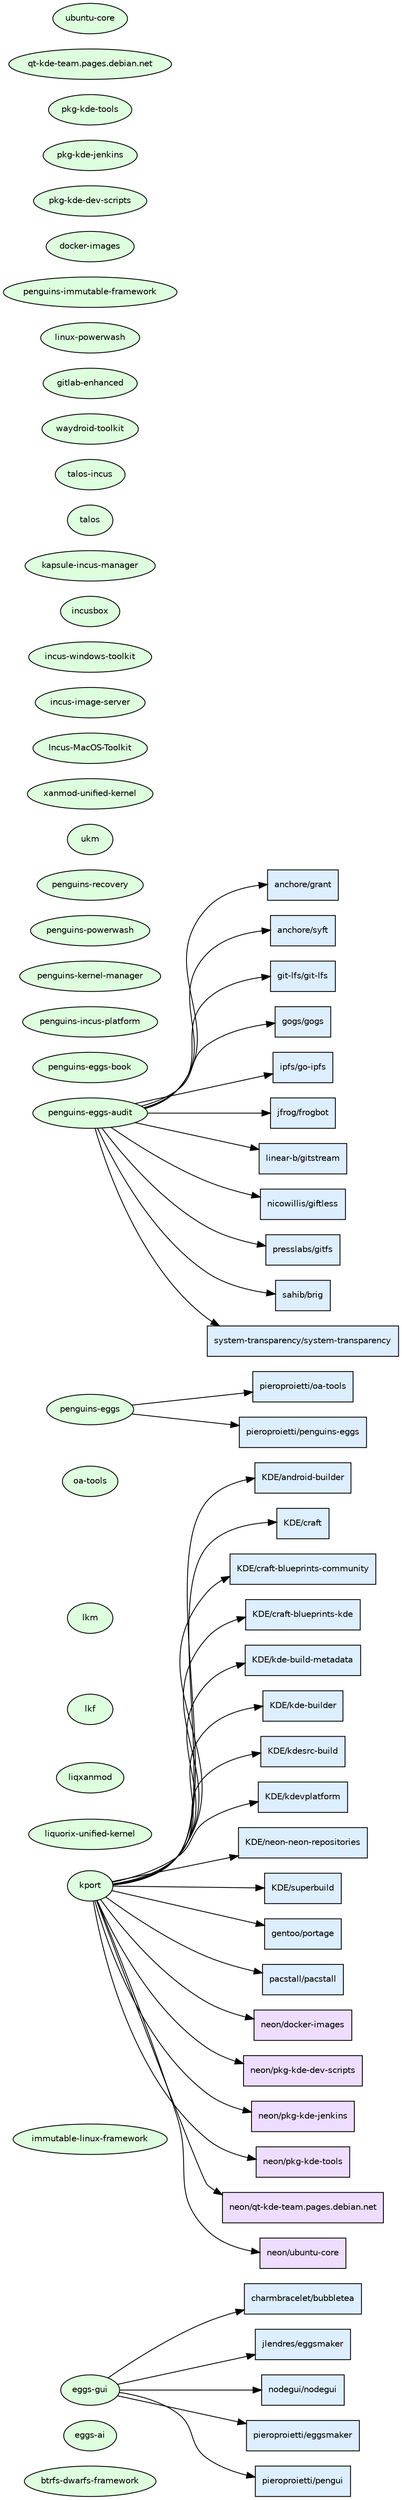
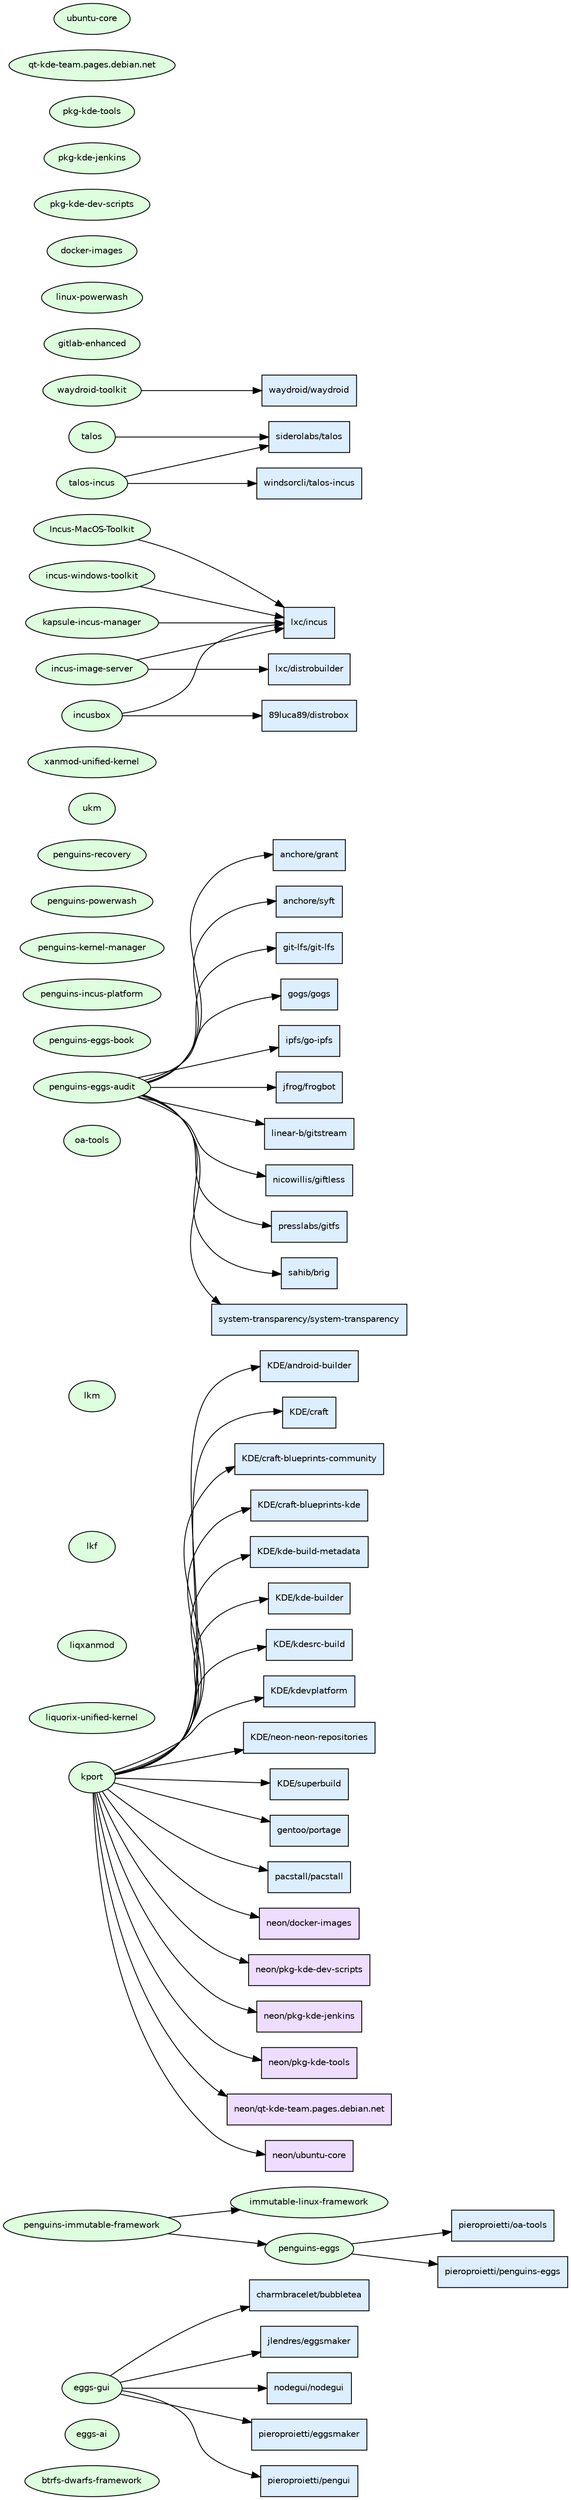
digraph osp_origins {
  rankdir=LR;
  node [fontname="Helvetica", fontsize=10];
  edge [fontsize=8];

  // OSP-bound repos (source nodes)
  "btrfs-dwarfs-framework" [shape=ellipse, style=filled, fillcolor="#ddffdd"];
  "eggs-ai" [shape=ellipse, style=filled, fillcolor="#ddffdd"];
  "eggs-gui" [shape=ellipse, style=filled, fillcolor="#ddffdd"];
  "immutable-linux-framework" [shape=ellipse, style=filled, fillcolor="#ddffdd"];
  "kport" [shape=ellipse, style=filled, fillcolor="#ddffdd"];
  "liquorix-unified-kernel" [shape=ellipse, style=filled, fillcolor="#ddffdd"];
  "liqxanmod" [shape=ellipse, style=filled, fillcolor="#ddffdd"];
  "lkf" [shape=ellipse, style=filled, fillcolor="#ddffdd"];
  "lkm" [shape=ellipse, style=filled, fillcolor="#ddffdd"];
  "oa-tools" [shape=ellipse, style=filled, fillcolor="#ddffdd"];
  "penguins-eggs" [shape=ellipse, style=filled, fillcolor="#ddffdd"];
  "penguins-eggs-audit" [shape=ellipse, style=filled, fillcolor="#ddffdd"];
  "penguins-eggs-book" [shape=ellipse, style=filled, fillcolor="#ddffdd"];
  "penguins-incus-platform" [shape=ellipse, style=filled, fillcolor="#ddffdd"];
  "penguins-kernel-manager" [shape=ellipse, style=filled, fillcolor="#ddffdd"];
  "penguins-powerwash" [shape=ellipse, style=filled, fillcolor="#ddffdd"];
  "penguins-recovery" [shape=ellipse, style=filled, fillcolor="#ddffdd"];
  "ukm" [shape=ellipse, style=filled, fillcolor="#ddffdd"];
  "xanmod-unified-kernel" [shape=ellipse, style=filled, fillcolor="#ddffdd"];
  "Incus-MacOS-Toolkit" [shape=ellipse, style=filled, fillcolor="#ddffdd"];
  "incus-image-server" [shape=ellipse, style=filled, fillcolor="#ddffdd"];
  "incus-windows-toolkit" [shape=ellipse, style=filled, fillcolor="#ddffdd"];
  "incusbox" [shape=ellipse, style=filled, fillcolor="#ddffdd"];
  "kapsule-incus-manager" [shape=ellipse, style=filled, fillcolor="#ddffdd"];
  "talos" [shape=ellipse, style=filled, fillcolor="#ddffdd"];
  "talos-incus" [shape=ellipse, style=filled, fillcolor="#ddffdd"];
  "waydroid-toolkit" [shape=ellipse, style=filled, fillcolor="#ddffdd"];
  "gitlab-enhanced" [shape=ellipse, style=filled, fillcolor="#ddffdd"];
  "linux-powerwash" [shape=ellipse, style=filled, fillcolor="#ddffdd"];
  "penguins-immutable-framework" [shape=ellipse, style=filled, fillcolor="#ddffdd"];
  "docker-images" [shape=ellipse, style=filled, fillcolor="#ddffdd"];
  "pkg-kde-dev-scripts" [shape=ellipse, style=filled, fillcolor="#ddffdd"];
  "pkg-kde-jenkins" [shape=ellipse, style=filled, fillcolor="#ddffdd"];
  "pkg-kde-tools" [shape=ellipse, style=filled, fillcolor="#ddffdd"];
  "qt-kde-team.pages.debian.net" [shape=ellipse, style=filled, fillcolor="#ddffdd"];
  "ubuntu-core" [shape=ellipse, style=filled, fillcolor="#ddffdd"];

  // Edges and external nodes
  "charmbracelet__bubbletea" [label="charmbracelet/bubbletea", shape=box, style=filled, fillcolor="#ddeeff"];
  "eggs-gui" -> "charmbracelet__bubbletea";
  "jlendres__eggsmaker" [label="jlendres/eggsmaker", shape=box, style=filled, fillcolor="#ddeeff"];
  "eggs-gui" -> "jlendres__eggsmaker";
  "nodegui__nodegui" [label="nodegui/nodegui", shape=box, style=filled, fillcolor="#ddeeff"];
  "eggs-gui" -> "nodegui__nodegui";
  "pieroproietti__eggsmaker" [label="pieroproietti/eggsmaker", shape=box, style=filled, fillcolor="#ddeeff"];
  "eggs-gui" -> "pieroproietti__eggsmaker";
  "pieroproietti__pengui" [label="pieroproietti/pengui", shape=box, style=filled, fillcolor="#ddeeff"];
  "eggs-gui" -> "pieroproietti__pengui";
  "KDE__android-builder" [label="KDE/android-builder", shape=box, style=filled, fillcolor="#ddeeff"];
  "kport" -> "KDE__android-builder";
  "KDE__craft" [label="KDE/craft", shape=box, style=filled, fillcolor="#ddeeff"];
  "kport" -> "KDE__craft";
  "KDE__craft-blueprints-community" [label="KDE/craft-blueprints-community", shape=box, style=filled, fillcolor="#ddeeff"];
  "kport" -> "KDE__craft-blueprints-community";
  "KDE__craft-blueprints-kde" [label="KDE/craft-blueprints-kde", shape=box, style=filled, fillcolor="#ddeeff"];
  "kport" -> "KDE__craft-blueprints-kde";
  "KDE__kde-build-metadata" [label="KDE/kde-build-metadata", shape=box, style=filled, fillcolor="#ddeeff"];
  "kport" -> "KDE__kde-build-metadata";
  "KDE__kde-builder" [label="KDE/kde-builder", shape=box, style=filled, fillcolor="#ddeeff"];
  "kport" -> "KDE__kde-builder";
  "KDE__kdesrc-build" [label="KDE/kdesrc-build", shape=box, style=filled, fillcolor="#ddeeff"];
  "kport" -> "KDE__kdesrc-build";
  "KDE__kdevplatform" [label="KDE/kdevplatform", shape=box, style=filled, fillcolor="#ddeeff"];
  "kport" -> "KDE__kdevplatform";
  "KDE__neon-neon-repositories" [label="KDE/neon-neon-repositories", shape=box, style=filled, fillcolor="#ddeeff"];
  "kport" -> "KDE__neon-neon-repositories";
  "KDE__superbuild" [label="KDE/superbuild", shape=box, style=filled, fillcolor="#ddeeff"];
  "kport" -> "KDE__superbuild";
  "gentoo__portage" [label="gentoo/portage", shape=box, style=filled, fillcolor="#ddeeff"];
  "kport" -> "gentoo__portage";
  "pacstall__pacstall" [label="pacstall/pacstall", shape=box, style=filled, fillcolor="#ddeeff"];
  "kport" -> "pacstall__pacstall";
  "neon__docker-images" [label="neon/docker-images", shape=box, style=filled, fillcolor="#eeddff"];
  "kport" -> "neon__docker-images";
  "neon__pkg-kde-dev-scripts" [label="neon/pkg-kde-dev-scripts", shape=box, style=filled, fillcolor="#eeddff"];
  "kport" -> "neon__pkg-kde-dev-scripts";
  "neon__pkg-kde-jenkins" [label="neon/pkg-kde-jenkins", shape=box, style=filled, fillcolor="#eeddff"];
  "kport" -> "neon__pkg-kde-jenkins";
  "neon__pkg-kde-tools" [label="neon/pkg-kde-tools", shape=box, style=filled, fillcolor="#eeddff"];
  "kport" -> "neon__pkg-kde-tools";
  "neon__qt-kde-team.pages.debian.net" [label="neon/qt-kde-team.pages.debian.net", shape=box, style=filled, fillcolor="#eeddff"];
  "kport" -> "neon__qt-kde-team.pages.debian.net";
  "neon__ubuntu-core" [label="neon/ubuntu-core", shape=box, style=filled, fillcolor="#eeddff"];
  "kport" -> "neon__ubuntu-core";
  "pieroproietti__oa-tools" [label="pieroproietti/oa-tools", shape=box, style=filled, fillcolor="#ddeeff"];
  "penguins-eggs" -> "pieroproietti__oa-tools";
  "pieroproietti__penguins-eggs" [label="pieroproietti/penguins-eggs", shape=box, style=filled, fillcolor="#ddeeff"];
  "penguins-eggs" -> "pieroproietti__penguins-eggs";
  "anchore__grant" [label="anchore/grant", shape=box, style=filled, fillcolor="#ddeeff"];
  "penguins-eggs-audit" -> "anchore__grant";
  "anchore__syft" [label="anchore/syft", shape=box, style=filled, fillcolor="#ddeeff"];
  "penguins-eggs-audit" -> "anchore__syft";
  "git-lfs__git-lfs" [label="git-lfs/git-lfs", shape=box, style=filled, fillcolor="#ddeeff"];
  "penguins-eggs-audit" -> "git-lfs__git-lfs";
  "gogs__gogs" [label="gogs/gogs", shape=box, style=filled, fillcolor="#ddeeff"];
  "penguins-eggs-audit" -> "gogs__gogs";
  "ipfs__go-ipfs" [label="ipfs/go-ipfs", shape=box, style=filled, fillcolor="#ddeeff"];
  "penguins-eggs-audit" -> "ipfs__go-ipfs";
  "jfrog__frogbot" [label="jfrog/frogbot", shape=box, style=filled, fillcolor="#ddeeff"];
  "penguins-eggs-audit" -> "jfrog__frogbot";
  "linear-b__gitstream" [label="linear-b/gitstream", shape=box, style=filled, fillcolor="#ddeeff"];
  "penguins-eggs-audit" -> "linear-b__gitstream";
  "nicowillis__giftless" [label="nicowillis/giftless", shape=box, style=filled, fillcolor="#ddeeff"];
  "penguins-eggs-audit" -> "nicowillis__giftless";
  "presslabs__gitfs" [label="presslabs/gitfs", shape=box, style=filled, fillcolor="#ddeeff"];
  "penguins-eggs-audit" -> "presslabs__gitfs";
  "sahib__brig" [label="sahib/brig", shape=box, style=filled, fillcolor="#ddeeff"];
  "penguins-eggs-audit" -> "sahib__brig";
  "system-transparency__system-transparency" [label="system-transparency/system-transparency", shape=box, style=filled, fillcolor="#ddeeff"];
  "penguins-eggs-audit" -> "system-transparency__system-transparency";
+   "lxc__incus" [label="lxc/incus", shape=box, style=filled, fillcolor="#ddeeff"];
+   "Incus-MacOS-Toolkit" -> "lxc__incus";
+   "lxc__distrobuilder" [label="lxc/distrobuilder", shape=box, style=filled, fillcolor="#ddeeff"];
+   "incus-image-server" -> "lxc__distrobuilder";
+   "incus-image-server" -> "lxc__incus";
+   "incus-windows-toolkit" -> "lxc__incus";
+   "89luca89__distrobox" [label="89luca89/distrobox", shape=box, style=filled, fillcolor="#ddeeff"];
+   "incusbox" -> "89luca89__distrobox";
+   "incusbox" -> "lxc__incus";
+   "kapsule-incus-manager" -> "lxc__incus";
+   "siderolabs__talos" [label="siderolabs/talos", shape=box, style=filled, fillcolor="#ddeeff"];
+   "talos" -> "siderolabs__talos";
+   "talos-incus" -> "siderolabs__talos";
+   "windsorcli__talos-incus" [label="windsorcli/talos-incus", shape=box, style=filled, fillcolor="#ddeeff"];
+   "talos-incus" -> "windsorcli__talos-incus";
+   "waydroid__waydroid" [label="waydroid/waydroid", shape=box, style=filled, fillcolor="#ddeeff"];
+   "waydroid-toolkit" -> "waydroid__waydroid";
+   "penguins-immutable-framework" -> "immutable-linux-framework";
+   "penguins-immutable-framework" -> "penguins-eggs";

}
